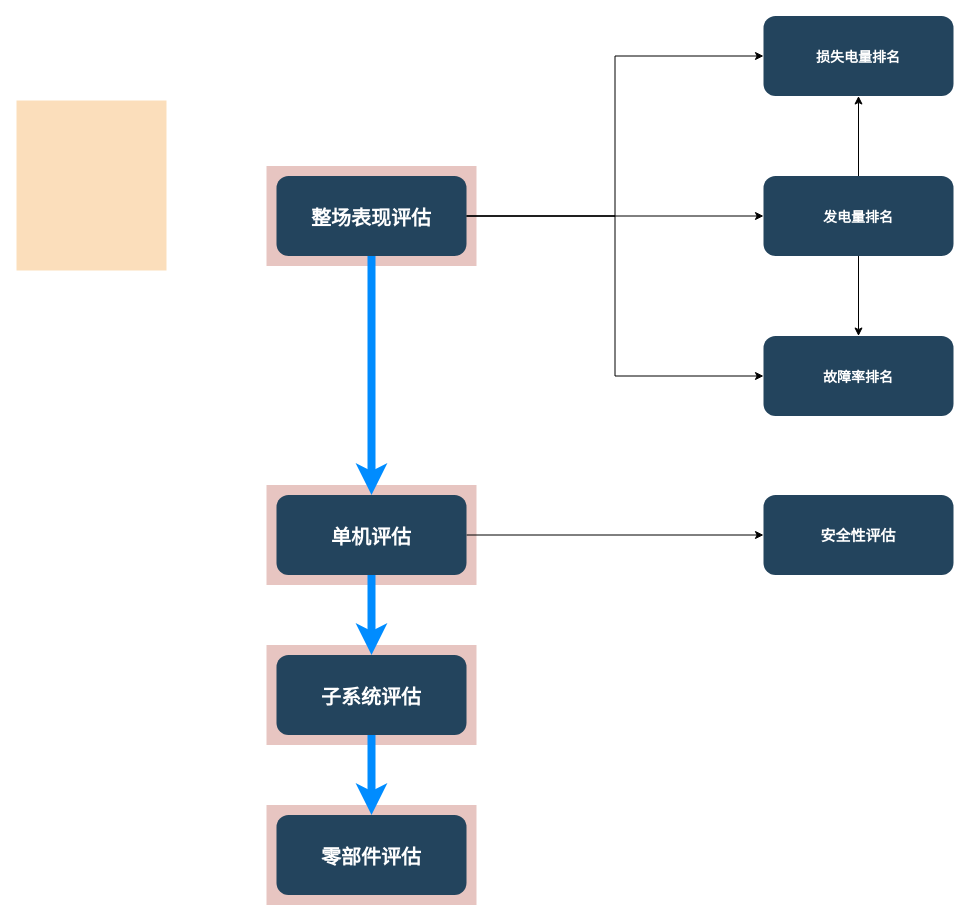
Earlier version of the draw.io diagram soft/dataprocess/diagram/功能逻辑图.drawio (leeyongxin/wind). Source tidied: cells renumbered, new cells numbered last; positions are measured from the earlier drawing's top-left corner, leaving out a move shared by most shapes. Both pictures are drawn from the tidied source at 100%, with x=0, y=0 at pixel (16, 16).
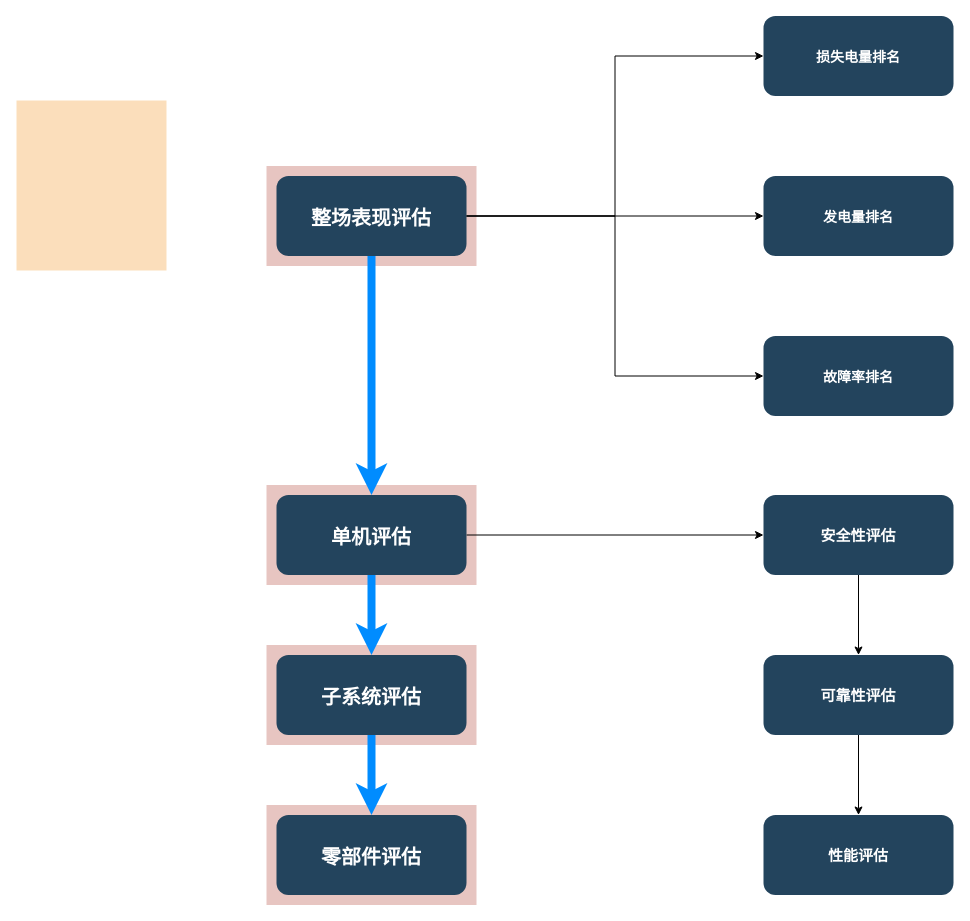
After the change.

Commit message (it also covers changes not shown here):
Update 功能逻辑图.drawio

The change refers to these unchanged cells:
```xml
<mxCell id="12" value="安全性评估" style="rounded=1;fillColor=#23445D;gradientColor=none;strokeColor=none;fontColor=#FFFFFF;fontStyle=1;fontFamily=Tahoma;fontSize=15;" parent="1" vertex="1">
  <mxGeometry x="747" y="478.5" width="190" height="80" as="geometry" />
</mxCell>
<mxCell id="17" value="发电量排名" style="rounded=1;fillColor=#23445D;gradientColor=none;strokeColor=none;fontColor=#FFFFFF;fontStyle=1;fontFamily=Tahoma;fontSize=14;" parent="1" vertex="1">
  <mxGeometry x="747" y="159.5" width="190" height="80" as="geometry" />
</mxCell>
<mxCell id="18" value="损失电量排名" style="rounded=1;fillColor=#23445D;gradientColor=none;strokeColor=none;fontColor=#FFFFFF;fontStyle=1;fontFamily=Tahoma;fontSize=14;" parent="1" vertex="1">
  <mxGeometry x="747" y="-0.5" width="190" height="80" as="geometry" />
</mxCell>
<mxCell id="19" value="故障率排名" style="rounded=1;fillColor=#23445D;gradientColor=none;strokeColor=none;fontColor=#FFFFFF;fontStyle=1;fontFamily=Tahoma;fontSize=14;" parent="1" vertex="1">
  <mxGeometry x="747" y="319.5" width="190" height="80" as="geometry" />
</mxCell>
```

The edit, as a diff of the source:
```diff
@@
+    <mxCell id="24" style="edgeStyle=orthogonalEdgeStyle;rounded=0;jettySize=auto;html=1;strokeColor=#000000;strokeWidth=1;fontSize=15;" parent="1" edge="1" source="25" target="26">
+      <mxGeometry relative="1" as="geometry" />
+    </mxCell>
+    <mxCell id="25" value="可靠性评估" style="rounded=1;fillColor=#23445D;gradientColor=none;strokeColor=none;fontColor=#FFFFFF;fontStyle=1;fontFamily=Tahoma;fontSize=15;" parent="1" vertex="1">
+      <mxGeometry x="747" y="638.5" width="190" height="80" as="geometry" />
+    </mxCell>
+    <mxCell id="26" value="性能评估" style="rounded=1;fillColor=#23445D;gradientColor=none;strokeColor=none;fontColor=#FFFFFF;fontStyle=1;fontFamily=Tahoma;fontSize=15;" parent="1" vertex="1">
+      <mxGeometry x="747" y="798.5" width="190" height="80" as="geometry" />
+    </mxCell>
@@
-    <mxCell id="15" style="edgeStyle=orthogonalEdgeStyle;rounded=0;jettySize=auto;html=1;fontSize=20;" parent="1" edge="1" source="17" target="19">
-      <mxGeometry relative="1" as="geometry" />
-    </mxCell>
-    <mxCell id="16" style="edgeStyle=orthogonalEdgeStyle;rounded=0;jettySize=auto;html=1;fontSize=20;" parent="1" edge="1" source="17" target="18">
-      <mxGeometry relative="1" as="geometry" />
-    </mxCell>
@@
+    <mxCell id="27" style="edgeStyle=orthogonalEdgeStyle;rounded=0;jettySize=auto;html=1;fontSize=20;entryX=0.5;entryY=0;entryDx=0;entryDy=0;exitX=0.5;exitY=1;exitDx=0;exitDy=0;" parent="1" edge="1" source="12" target="25">
+      <mxGeometry relative="1" as="geometry" />
+    </mxCell>
```
